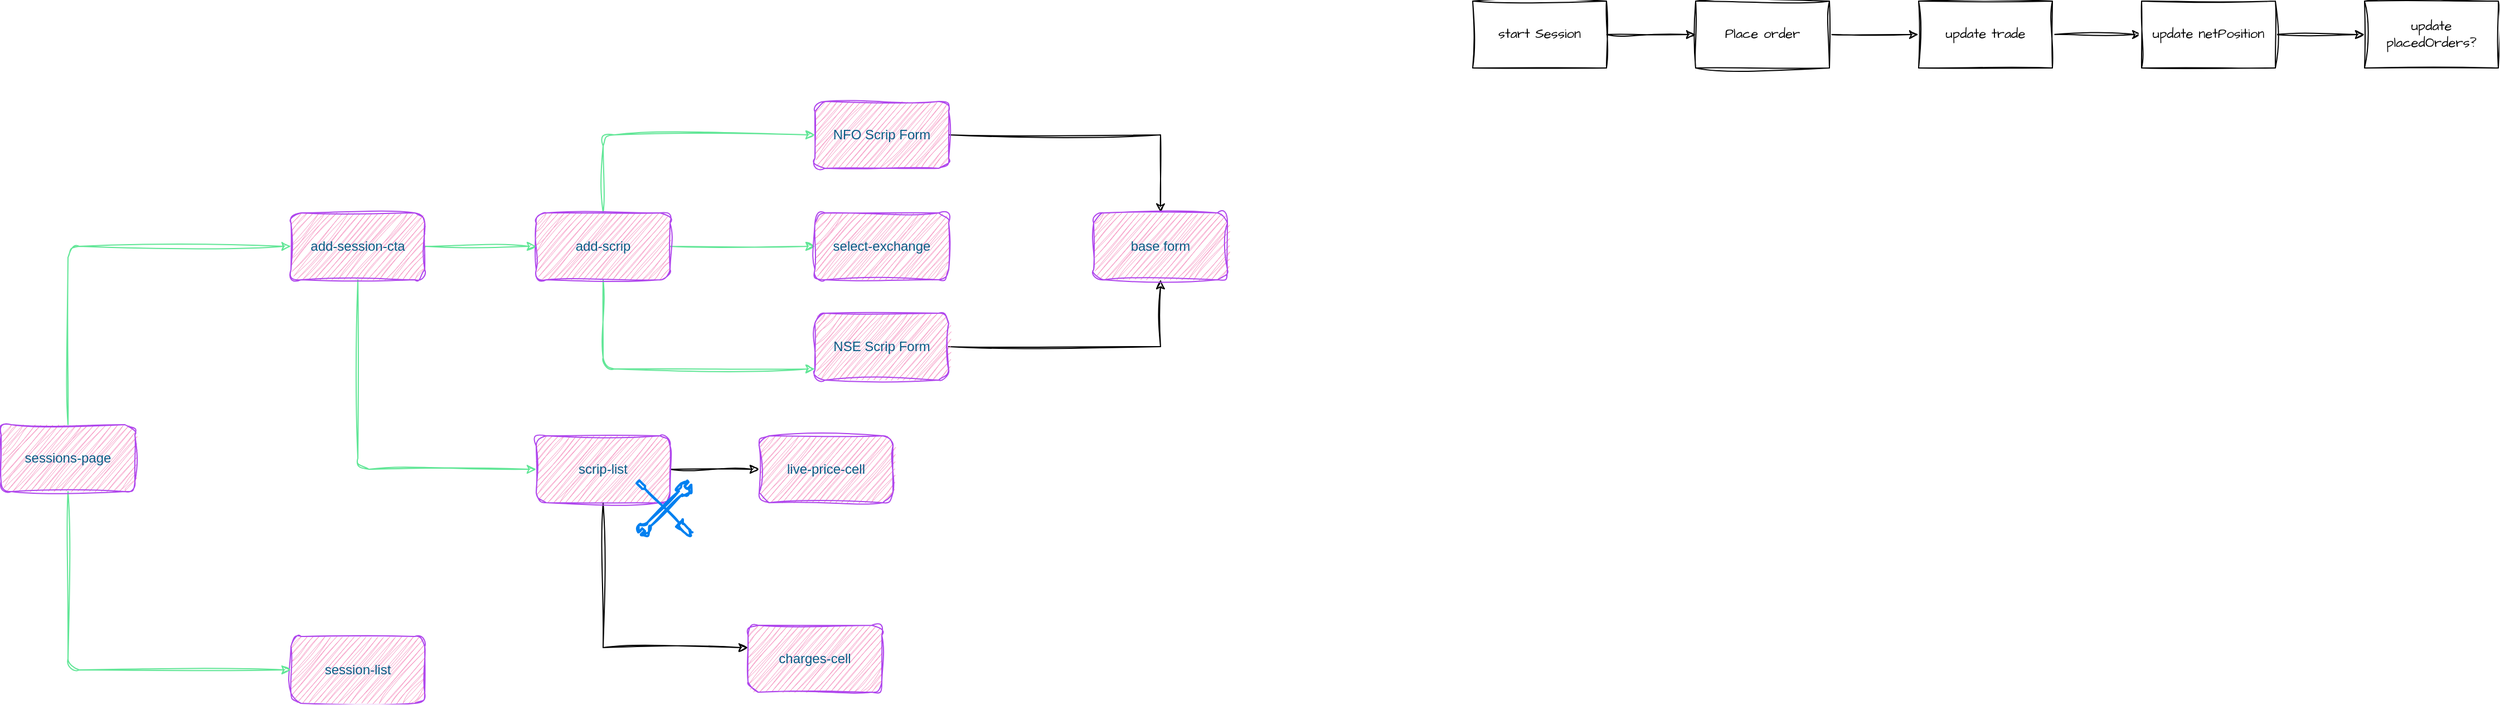
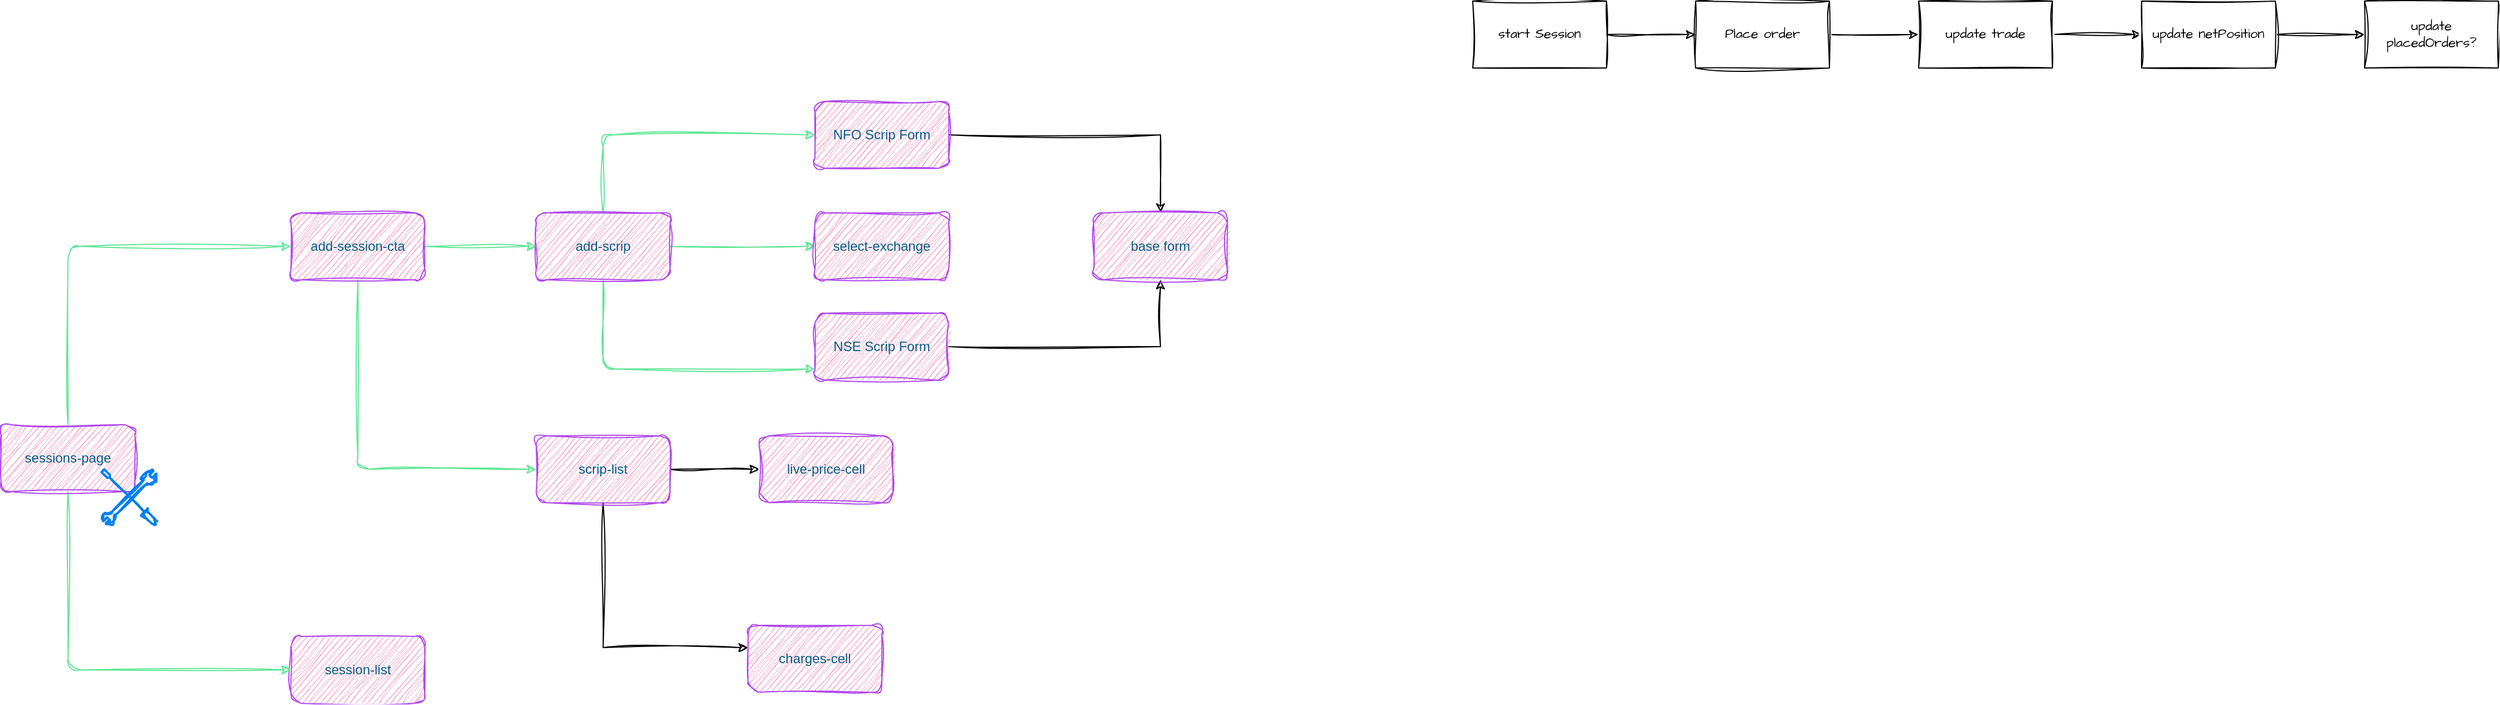
<mxfile host="app.diagrams.net" pages="5">
  <diagram id="wPQbEJP3DVO_ncDqMHqx" name="Sessions Page">
    <mxGraphModel dx="2793" dy="1443" grid="1" gridSize="10" guides="1" tooltips="1" connect="1" arrows="1" fold="1" page="0" pageScale="1" pageWidth="402" pageHeight="874" math="0" shadow="0">
      <root>
        <mxCell id="0" />
        <mxCell id="1" parent="0" />
        <mxCell id="DB1AKVm6qyutKQlFYAWD-6" edge="1" parent="1" source="DB1AKVm6qyutKQlFYAWD-1" style="edgeStyle=orthogonalEdgeStyle;rounded=1;orthogonalLoop=1;jettySize=auto;html=1;sketch=1;curveFitting=1;jiggle=2;labelBackgroundColor=none;strokeColor=#60E696;fontColor=default;" target="DB1AKVm6qyutKQlFYAWD-5" value="">
          <mxGeometry relative="1" as="geometry" />
        </mxCell>
        <mxCell id="DB1AKVm6qyutKQlFYAWD-8" edge="1" parent="1" source="DB1AKVm6qyutKQlFYAWD-1" style="edgeStyle=orthogonalEdgeStyle;rounded=1;orthogonalLoop=1;jettySize=auto;html=1;sketch=1;curveFitting=1;jiggle=2;labelBackgroundColor=none;strokeColor=#60E696;fontColor=default;" target="DB1AKVm6qyutKQlFYAWD-7" value="">
          <mxGeometry relative="1" as="geometry">
            <Array as="points">
              <mxPoint x="120" y="270" />
            </Array>
          </mxGeometry>
        </mxCell>
        <mxCell id="DB1AKVm6qyutKQlFYAWD-10" edge="1" parent="1" source="DB1AKVm6qyutKQlFYAWD-1" style="edgeStyle=orthogonalEdgeStyle;rounded=1;orthogonalLoop=1;jettySize=auto;html=1;sketch=1;curveFitting=1;jiggle=2;labelBackgroundColor=none;strokeColor=#60E696;fontColor=default;" target="DB1AKVm6qyutKQlFYAWD-9" value="">
          <mxGeometry relative="1" as="geometry">
            <Array as="points">
              <mxPoint x="120" y="60" />
            </Array>
          </mxGeometry>
        </mxCell>
        <mxCell id="DB1AKVm6qyutKQlFYAWD-1" parent="1" style="rounded=1;whiteSpace=wrap;html=1;sketch=1;curveFitting=1;jiggle=2;labelBackgroundColor=none;fillColor=#F694C1;strokeColor=#AF45ED;fontColor=#095C86;" value="add-scrip" vertex="1">
          <mxGeometry height="60" width="120" x="60" y="130" as="geometry" />
        </mxCell>
        <mxCell id="DB1AKVm6qyutKQlFYAWD-4" edge="1" parent="1" source="DB1AKVm6qyutKQlFYAWD-3" style="edgeStyle=orthogonalEdgeStyle;rounded=1;orthogonalLoop=1;jettySize=auto;html=1;sketch=1;curveFitting=1;jiggle=2;labelBackgroundColor=none;strokeColor=#60E696;fontColor=default;" target="DB1AKVm6qyutKQlFYAWD-1" value="">
          <mxGeometry relative="1" as="geometry" />
        </mxCell>
        <mxCell id="DB1AKVm6qyutKQlFYAWD-12" edge="1" parent="1" source="DB1AKVm6qyutKQlFYAWD-3" style="edgeStyle=orthogonalEdgeStyle;rounded=1;orthogonalLoop=1;jettySize=auto;html=1;sketch=1;curveFitting=1;jiggle=2;labelBackgroundColor=none;strokeColor=#60E696;fontColor=default;" target="DB1AKVm6qyutKQlFYAWD-11" value="">
          <mxGeometry relative="1" as="geometry">
            <Array as="points">
              <mxPoint x="-100" y="360" />
            </Array>
          </mxGeometry>
        </mxCell>
        <mxCell id="DB1AKVm6qyutKQlFYAWD-3" parent="1" style="rounded=1;whiteSpace=wrap;html=1;sketch=1;curveFitting=1;jiggle=2;labelBackgroundColor=none;fillColor=#F694C1;strokeColor=#AF45ED;fontColor=#095C86;" value="add-session-cta" vertex="1">
          <mxGeometry height="60" width="120" x="-160" y="130" as="geometry" />
        </mxCell>
        <mxCell id="DB1AKVm6qyutKQlFYAWD-5" parent="1" style="whiteSpace=wrap;html=1;rounded=1;sketch=1;curveFitting=1;jiggle=2;labelBackgroundColor=none;fillColor=#F694C1;strokeColor=#AF45ED;fontColor=#095C86;" value="select-exchange" vertex="1">
          <mxGeometry height="60" width="120" x="310" y="130" as="geometry" />
        </mxCell>
        <mxCell id="ouMAoqMrmdJ_XqpmxOQB-3" edge="1" parent="1" source="DB1AKVm6qyutKQlFYAWD-7" style="edgeStyle=orthogonalEdgeStyle;rounded=0;sketch=1;hachureGap=4;jiggle=2;curveFitting=1;orthogonalLoop=1;jettySize=auto;html=1;fontFamily=Architects Daughter;fontSource=https%3A%2F%2Ffonts.googleapis.com%2Fcss%3Ffamily%3DArchitects%2BDaughter;" target="ouMAoqMrmdJ_XqpmxOQB-1">
          <mxGeometry relative="1" as="geometry" />
        </mxCell>
        <mxCell id="DB1AKVm6qyutKQlFYAWD-7" parent="1" style="whiteSpace=wrap;html=1;rounded=1;sketch=1;curveFitting=1;jiggle=2;labelBackgroundColor=none;fillColor=#F694C1;strokeColor=#AF45ED;fontColor=#095C86;" value="NSE Scrip Form" vertex="1">
          <mxGeometry height="60" width="120" x="310" y="220" as="geometry" />
        </mxCell>
        <mxCell id="ouMAoqMrmdJ_XqpmxOQB-2" edge="1" parent="1" source="DB1AKVm6qyutKQlFYAWD-9" style="edgeStyle=orthogonalEdgeStyle;rounded=0;sketch=1;hachureGap=4;jiggle=2;curveFitting=1;orthogonalLoop=1;jettySize=auto;html=1;fontFamily=Architects Daughter;fontSource=https%3A%2F%2Ffonts.googleapis.com%2Fcss%3Ffamily%3DArchitects%2BDaughter;" target="ouMAoqMrmdJ_XqpmxOQB-1" value="">
          <mxGeometry relative="1" as="geometry" />
        </mxCell>
        <mxCell id="DB1AKVm6qyutKQlFYAWD-9" parent="1" style="whiteSpace=wrap;html=1;rounded=1;sketch=1;curveFitting=1;jiggle=2;labelBackgroundColor=none;fillColor=#F694C1;strokeColor=#AF45ED;fontColor=#095C86;" value="NFO Scrip Form" vertex="1">
          <mxGeometry height="60" width="120" x="310" y="30" as="geometry" />
        </mxCell>
        <mxCell id="ouMAoqMrmdJ_XqpmxOQB-15" edge="1" parent="1" source="DB1AKVm6qyutKQlFYAWD-11" style="edgeStyle=orthogonalEdgeStyle;rounded=0;sketch=1;hachureGap=4;jiggle=2;curveFitting=1;orthogonalLoop=1;jettySize=auto;html=1;fontFamily=Architects Daughter;fontSource=https%3A%2F%2Ffonts.googleapis.com%2Fcss%3Ffamily%3DArchitects%2BDaughter;" target="ouMAoqMrmdJ_XqpmxOQB-14" value="">
          <mxGeometry relative="1" as="geometry" />
        </mxCell>
        <mxCell id="ouMAoqMrmdJ_XqpmxOQB-17" edge="1" parent="1" source="DB1AKVm6qyutKQlFYAWD-11" style="edgeStyle=orthogonalEdgeStyle;rounded=0;sketch=1;hachureGap=4;jiggle=2;curveFitting=1;orthogonalLoop=1;jettySize=auto;html=1;fontFamily=Architects Daughter;fontSource=https%3A%2F%2Ffonts.googleapis.com%2Fcss%3Ffamily%3DArchitects%2BDaughter;" target="ouMAoqMrmdJ_XqpmxOQB-16" value="">
          <mxGeometry relative="1" as="geometry">
            <Array as="points">
              <mxPoint x="120" y="520" />
            </Array>
          </mxGeometry>
        </mxCell>
        <mxCell id="DB1AKVm6qyutKQlFYAWD-11" parent="1" style="whiteSpace=wrap;html=1;rounded=1;sketch=1;curveFitting=1;jiggle=2;labelBackgroundColor=none;fillColor=#F694C1;strokeColor=#AF45ED;fontColor=#095C86;" value="scrip-list" vertex="1">
          <mxGeometry height="60" width="120" x="60" y="330" as="geometry" />
        </mxCell>
        <mxCell id="DB1AKVm6qyutKQlFYAWD-13" parent="1" style="rounded=1;whiteSpace=wrap;html=1;sketch=1;curveFitting=1;jiggle=2;labelBackgroundColor=none;fillColor=#F694C1;strokeColor=#AF45ED;fontColor=#095C86;" value="session-list" vertex="1">
          <mxGeometry height="60" width="120" x="-160" y="510" as="geometry" />
        </mxCell>
        <mxCell id="DB1AKVm6qyutKQlFYAWD-15" edge="1" parent="1" source="DB1AKVm6qyutKQlFYAWD-14" style="edgeStyle=orthogonalEdgeStyle;rounded=1;sketch=1;hachureGap=4;jiggle=2;curveFitting=1;orthogonalLoop=1;jettySize=auto;html=1;entryX=0;entryY=0.5;entryDx=0;entryDy=0;strokeColor=#60E696;fontFamily=Architects Daughter;fontSource=https%3A%2F%2Ffonts.googleapis.com%2Fcss%3Ffamily%3DArchitects%2BDaughter;fontColor=#095C86;fillColor=#F694C1;" target="DB1AKVm6qyutKQlFYAWD-3">
          <mxGeometry relative="1" as="geometry">
            <Array as="points">
              <mxPoint x="-360" y="160" />
            </Array>
          </mxGeometry>
        </mxCell>
        <mxCell id="DB1AKVm6qyutKQlFYAWD-18" edge="1" parent="1" source="DB1AKVm6qyutKQlFYAWD-14" style="edgeStyle=orthogonalEdgeStyle;rounded=1;sketch=1;hachureGap=4;jiggle=2;curveFitting=1;orthogonalLoop=1;jettySize=auto;html=1;entryX=0;entryY=0.5;entryDx=0;entryDy=0;strokeColor=#60E696;fontFamily=Architects Daughter;fontSource=https%3A%2F%2Ffonts.googleapis.com%2Fcss%3Ffamily%3DArchitects%2BDaughter;fontColor=#095C86;fillColor=#F694C1;" target="DB1AKVm6qyutKQlFYAWD-13">
          <mxGeometry relative="1" as="geometry">
            <Array as="points">
              <mxPoint x="-360" y="540" />
            </Array>
          </mxGeometry>
        </mxCell>
        <mxCell id="DB1AKVm6qyutKQlFYAWD-14" parent="1" style="rounded=1;whiteSpace=wrap;html=1;sketch=1;curveFitting=1;jiggle=2;labelBackgroundColor=none;fillColor=#F694C1;strokeColor=#AF45ED;fontColor=#095C86;" value="sessions-page" vertex="1">
          <mxGeometry height="60" width="120" x="-420" y="320" as="geometry" />
        </mxCell>
        <mxCell id="ouMAoqMrmdJ_XqpmxOQB-1" parent="1" style="whiteSpace=wrap;html=1;fillColor=#F694C1;strokeColor=#AF45ED;fontColor=#095C86;rounded=1;sketch=1;curveFitting=1;jiggle=2;labelBackgroundColor=none;" value="base form" vertex="1">
          <mxGeometry height="60" width="120" x="560" y="130" as="geometry" />
        </mxCell>
        <mxCell id="ouMAoqMrmdJ_XqpmxOQB-6" edge="1" parent="1" source="ouMAoqMrmdJ_XqpmxOQB-4" style="edgeStyle=orthogonalEdgeStyle;rounded=0;sketch=1;hachureGap=4;jiggle=2;curveFitting=1;orthogonalLoop=1;jettySize=auto;html=1;fontFamily=Architects Daughter;fontSource=https%3A%2F%2Ffonts.googleapis.com%2Fcss%3Ffamily%3DArchitects%2BDaughter;" target="ouMAoqMrmdJ_XqpmxOQB-5" value="">
          <mxGeometry relative="1" as="geometry" />
        </mxCell>
        <mxCell id="ouMAoqMrmdJ_XqpmxOQB-4" parent="1" style="whiteSpace=wrap;html=1;sketch=1;hachureGap=4;jiggle=2;curveFitting=1;fontFamily=Architects Daughter;fontSource=https%3A%2F%2Ffonts.googleapis.com%2Fcss%3Ffamily%3DArchitects%2BDaughter;" value="start Session" vertex="1">
          <mxGeometry height="60" width="120" x="900" y="-60" as="geometry" />
        </mxCell>
        <mxCell id="ouMAoqMrmdJ_XqpmxOQB-8" edge="1" parent="1" source="ouMAoqMrmdJ_XqpmxOQB-5" style="edgeStyle=orthogonalEdgeStyle;rounded=0;sketch=1;hachureGap=4;jiggle=2;curveFitting=1;orthogonalLoop=1;jettySize=auto;html=1;fontFamily=Architects Daughter;fontSource=https%3A%2F%2Ffonts.googleapis.com%2Fcss%3Ffamily%3DArchitects%2BDaughter;" target="ouMAoqMrmdJ_XqpmxOQB-7" value="">
          <mxGeometry relative="1" as="geometry" />
        </mxCell>
        <mxCell id="ouMAoqMrmdJ_XqpmxOQB-5" parent="1" style="whiteSpace=wrap;html=1;fontFamily=Architects Daughter;sketch=1;hachureGap=4;jiggle=2;curveFitting=1;fontSource=https%3A%2F%2Ffonts.googleapis.com%2Fcss%3Ffamily%3DArchitects%2BDaughter;" value="Place order" vertex="1">
          <mxGeometry height="60" width="120" x="1100" y="-60" as="geometry" />
        </mxCell>
        <mxCell id="ouMAoqMrmdJ_XqpmxOQB-10" edge="1" parent="1" source="ouMAoqMrmdJ_XqpmxOQB-7" style="edgeStyle=orthogonalEdgeStyle;rounded=0;sketch=1;hachureGap=4;jiggle=2;curveFitting=1;orthogonalLoop=1;jettySize=auto;html=1;fontFamily=Architects Daughter;fontSource=https%3A%2F%2Ffonts.googleapis.com%2Fcss%3Ffamily%3DArchitects%2BDaughter;" target="ouMAoqMrmdJ_XqpmxOQB-9" value="">
          <mxGeometry relative="1" as="geometry" />
        </mxCell>
        <mxCell id="ouMAoqMrmdJ_XqpmxOQB-7" parent="1" style="whiteSpace=wrap;html=1;fontFamily=Architects Daughter;sketch=1;hachureGap=4;jiggle=2;curveFitting=1;fontSource=https%3A%2F%2Ffonts.googleapis.com%2Fcss%3Ffamily%3DArchitects%2BDaughter;" value="update trade" vertex="1">
          <mxGeometry height="60" width="120" x="1300" y="-60" as="geometry" />
        </mxCell>
        <mxCell id="ouMAoqMrmdJ_XqpmxOQB-12" edge="1" parent="1" source="ouMAoqMrmdJ_XqpmxOQB-9" style="edgeStyle=orthogonalEdgeStyle;rounded=0;sketch=1;hachureGap=4;jiggle=2;curveFitting=1;orthogonalLoop=1;jettySize=auto;html=1;fontFamily=Architects Daughter;fontSource=https%3A%2F%2Ffonts.googleapis.com%2Fcss%3Ffamily%3DArchitects%2BDaughter;" target="ouMAoqMrmdJ_XqpmxOQB-11" value="">
          <mxGeometry relative="1" as="geometry" />
        </mxCell>
        <mxCell id="ouMAoqMrmdJ_XqpmxOQB-9" parent="1" style="whiteSpace=wrap;html=1;fontFamily=Architects Daughter;sketch=1;hachureGap=4;jiggle=2;curveFitting=1;fontSource=https%3A%2F%2Ffonts.googleapis.com%2Fcss%3Ffamily%3DArchitects%2BDaughter;" value="update netPosition" vertex="1">
          <mxGeometry height="60" width="120" x="1500" y="-60" as="geometry" />
        </mxCell>
        <mxCell id="ouMAoqMrmdJ_XqpmxOQB-11" parent="1" style="whiteSpace=wrap;html=1;fontFamily=Architects Daughter;sketch=1;hachureGap=4;jiggle=2;curveFitting=1;fontSource=https%3A%2F%2Ffonts.googleapis.com%2Fcss%3Ffamily%3DArchitects%2BDaughter;" value="update placedOrders?" vertex="1">
          <mxGeometry height="60" width="120" x="1700" y="-60" as="geometry" />
        </mxCell>
        <mxCell id="ouMAoqMrmdJ_XqpmxOQB-13" parent="1" style="html=1;verticalLabelPosition=bottom;align=center;labelBackgroundColor=#ffffff;verticalAlign=top;strokeWidth=2;strokeColor=#0080F0;shadow=0;dashed=0;shape=mxgraph.ios7.icons.tools;pointerEvents=1;sketch=1;hachureGap=4;jiggle=2;curveFitting=1;fontFamily=Architects Daughter;fontSource=https%3A%2F%2Ffonts.googleapis.com%2Fcss%3Ffamily%3DArchitects%2BDaughter;" value="" vertex="1">
-           <mxGeometry height="50" width="50" x="150" y="370" as="geometry" />
+           <mxGeometry height="50" width="50" x="-330" y="360" as="geometry" />
        </mxCell>
        <mxCell id="ouMAoqMrmdJ_XqpmxOQB-14" parent="1" style="whiteSpace=wrap;html=1;fillColor=#F694C1;strokeColor=#AF45ED;fontColor=#095C86;rounded=1;sketch=1;curveFitting=1;jiggle=2;labelBackgroundColor=none;" value="live-price-cell" vertex="1">
          <mxGeometry height="60" width="120" x="260" y="330" as="geometry" />
        </mxCell>
        <mxCell id="ouMAoqMrmdJ_XqpmxOQB-16" parent="1" style="whiteSpace=wrap;html=1;fillColor=#F694C1;strokeColor=#AF45ED;fontColor=#095C86;rounded=1;sketch=1;curveFitting=1;jiggle=2;labelBackgroundColor=none;" value="charges-cell" vertex="1">
          <mxGeometry height="60" width="120" x="250" y="500" as="geometry" />
        </mxCell>
      </root>
    </mxGraphModel>
  </diagram>
  <diagram id="YVkBlKKJ4RNEtawBKbZk" name="Session">
    <mxGraphModel dx="1357" dy="626" grid="1" gridSize="10" guides="1" tooltips="1" connect="1" arrows="1" fold="1" page="0" pageScale="1" pageWidth="402" pageHeight="874" math="0" shadow="0">
      <root>
        <mxCell id="0" />
        <mxCell id="1" parent="0" />
        <mxCell id="b8iQl_XISdQ6rZ6kNcMQ-3" edge="1" parent="1" source="b8iQl_XISdQ6rZ6kNcMQ-1" style="edgeStyle=orthogonalEdgeStyle;rounded=0;orthogonalLoop=1;jettySize=auto;html=1;" target="b8iQl_XISdQ6rZ6kNcMQ-2" value="">
          <mxGeometry relative="1" as="geometry" />
        </mxCell>
        <mxCell id="b8iQl_XISdQ6rZ6kNcMQ-1" parent="1" style="rounded=1;whiteSpace=wrap;html=1;" value="start session" vertex="1">
          <mxGeometry height="60" width="120" x="-200" y="80" as="geometry" />
        </mxCell>
        <mxCell id="b8iQl_XISdQ6rZ6kNcMQ-5" edge="1" parent="1" source="b8iQl_XISdQ6rZ6kNcMQ-2" style="edgeStyle=orthogonalEdgeStyle;rounded=0;orthogonalLoop=1;jettySize=auto;html=1;" target="b8iQl_XISdQ6rZ6kNcMQ-4" value="">
          <mxGeometry relative="1" as="geometry" />
        </mxCell>
        <mxCell id="b8iQl_XISdQ6rZ6kNcMQ-2" parent="1" style="whiteSpace=wrap;html=1;rounded=1;" value="place orders&amp;nbsp;&lt;br&gt;(all or none)" vertex="1">
          <mxGeometry height="60" width="120" y="80" as="geometry" />
        </mxCell>
        <mxCell id="b8iQl_XISdQ6rZ6kNcMQ-7" edge="1" parent="1" source="b8iQl_XISdQ6rZ6kNcMQ-4" style="edgeStyle=orthogonalEdgeStyle;rounded=0;orthogonalLoop=1;jettySize=auto;html=1;" target="b8iQl_XISdQ6rZ6kNcMQ-6" value="">
          <mxGeometry relative="1" as="geometry" />
        </mxCell>
        <mxCell id="b8iQl_XISdQ6rZ6kNcMQ-4" parent="1" style="whiteSpace=wrap;html=1;rounded=1;" value="update margins" vertex="1">
          <mxGeometry height="60" width="120" x="200" y="80" as="geometry" />
        </mxCell>
        <mxCell id="b8iQl_XISdQ6rZ6kNcMQ-6" parent="1" style="whiteSpace=wrap;html=1;rounded=1;" value="create session" vertex="1">
          <mxGeometry height="60" width="120" x="200" y="200" as="geometry" />
        </mxCell>
        <mxCell id="b8iQl_XISdQ6rZ6kNcMQ-8" parent="1" style="rounded=1;whiteSpace=wrap;html=1;fillColor=#fff2cc;strokeColor=#d6b656;" value="firebase" vertex="1">
          <mxGeometry height="40" width="80" x="300" y="190" as="geometry" />
        </mxCell>
        <mxCell id="b8iQl_XISdQ6rZ6kNcMQ-9" parent="1" style="rounded=1;whiteSpace=wrap;html=1;fillColor=#fff2cc;strokeColor=#d6b656;" value="kite" vertex="1">
          <mxGeometry height="40" width="80" x="80" y="50" as="geometry" />
        </mxCell>
        <mxCell id="b8iQl_XISdQ6rZ6kNcMQ-10" parent="1" style="rounded=1;whiteSpace=wrap;html=1;fillColor=#fff2cc;strokeColor=#d6b656;" value="firebase" vertex="1">
          <mxGeometry height="40" width="80" x="290" y="60" as="geometry" />
        </mxCell>
      </root>
    </mxGraphModel>
  </diagram>
  <diagram id="4KjMPYYtLXdBkkJX1B08" name="Auth">
    <mxGraphModel dx="1276" dy="835" grid="0" gridSize="10" guides="1" tooltips="1" connect="1" arrows="1" fold="1" page="0" pageScale="1" pageWidth="402" pageHeight="874" math="0" shadow="0">
      <root>
        <mxCell id="0" />
        <mxCell id="1" parent="0" />
        <mxCell id="pPH6oVQiPgVcm9OUePWL-3" edge="1" parent="1" source="pPH6oVQiPgVcm9OUePWL-1" style="edgeStyle=orthogonalEdgeStyle;rounded=0;orthogonalLoop=1;jettySize=auto;html=1;" target="pPH6oVQiPgVcm9OUePWL-2" value="">
          <mxGeometry relative="1" as="geometry" />
        </mxCell>
        <mxCell id="pPH6oVQiPgVcm9OUePWL-1" parent="1" style="rounded=1;whiteSpace=wrap;html=1;" value="User clicks &quot;Login&quot; Button" vertex="1">
          <mxGeometry height="60" width="120" x="23" y="101" as="geometry" />
        </mxCell>
        <mxCell id="pPH6oVQiPgVcm9OUePWL-5" edge="1" parent="1" source="pPH6oVQiPgVcm9OUePWL-2" style="edgeStyle=orthogonalEdgeStyle;rounded=0;orthogonalLoop=1;jettySize=auto;html=1;" target="pPH6oVQiPgVcm9OUePWL-4" value="">
          <mxGeometry relative="1" as="geometry" />
        </mxCell>
        <mxCell id="pPH6oVQiPgVcm9OUePWL-2" parent="1" style="whiteSpace=wrap;html=1;rounded=1;" value="Open the Login URL" vertex="1">
          <mxGeometry height="60" width="120" x="223" y="101" as="geometry" />
        </mxCell>
        <mxCell id="pPH6oVQiPgVcm9OUePWL-7" edge="1" parent="1" source="pPH6oVQiPgVcm9OUePWL-4" style="edgeStyle=orthogonalEdgeStyle;rounded=0;orthogonalLoop=1;jettySize=auto;html=1;" target="pPH6oVQiPgVcm9OUePWL-6" value="">
          <mxGeometry relative="1" as="geometry" />
        </mxCell>
        <mxCell id="pPH6oVQiPgVcm9OUePWL-4" parent="1" style="whiteSpace=wrap;html=1;rounded=1;" value="User logins to Zerodha" vertex="1">
          <mxGeometry height="60" width="120" x="423" y="101" as="geometry" />
        </mxCell>
        <mxCell id="pPH6oVQiPgVcm9OUePWL-9" edge="1" parent="1" source="pPH6oVQiPgVcm9OUePWL-6" style="edgeStyle=orthogonalEdgeStyle;rounded=0;orthogonalLoop=1;jettySize=auto;html=1;" target="pPH6oVQiPgVcm9OUePWL-8" value="">
          <mxGeometry relative="1" as="geometry" />
        </mxCell>
        <mxCell id="pPH6oVQiPgVcm9OUePWL-6" parent="1" style="whiteSpace=wrap;html=1;rounded=1;" value="Redirected to callback URL with request_token&lt;br&gt;&lt;b&gt;http://localhost:3000/api/auth/kite/callback&lt;/b&gt;" vertex="1">
          <mxGeometry height="60" width="262" x="352" y="244" as="geometry" />
        </mxCell>
        <mxCell id="pPH6oVQiPgVcm9OUePWL-13" edge="1" parent="1" source="pPH6oVQiPgVcm9OUePWL-8" style="edgeStyle=orthogonalEdgeStyle;rounded=0;orthogonalLoop=1;jettySize=auto;html=1;" target="pPH6oVQiPgVcm9OUePWL-12" value="">
          <mxGeometry relative="1" as="geometry" />
        </mxCell>
        <mxCell id="pPH6oVQiPgVcm9OUePWL-8" parent="1" style="whiteSpace=wrap;html=1;rounded=1;" value="In loader for this route, generate the session" vertex="1">
          <mxGeometry height="60" width="120" x="17" y="244" as="geometry" />
        </mxCell>
        <mxCell id="pPH6oVQiPgVcm9OUePWL-15" edge="1" parent="1" source="pPH6oVQiPgVcm9OUePWL-12" style="edgeStyle=orthogonalEdgeStyle;rounded=0;orthogonalLoop=1;jettySize=auto;html=1;" target="pPH6oVQiPgVcm9OUePWL-14" value="">
          <mxGeometry relative="1" as="geometry" />
        </mxCell>
        <mxCell id="pPH6oVQiPgVcm9OUePWL-12" parent="1" style="whiteSpace=wrap;html=1;rounded=1;" value="Serialize and save the access token in cookie" vertex="1">
          <mxGeometry height="60" width="120" x="17" y="384" as="geometry" />
        </mxCell>
        <mxCell id="pPH6oVQiPgVcm9OUePWL-17" edge="1" parent="1" source="pPH6oVQiPgVcm9OUePWL-14" style="edgeStyle=orthogonalEdgeStyle;rounded=0;orthogonalLoop=1;jettySize=auto;html=1;" target="pPH6oVQiPgVcm9OUePWL-16" value="">
          <mxGeometry relative="1" as="geometry" />
        </mxCell>
        <mxCell id="pPH6oVQiPgVcm9OUePWL-14" parent="1" style="whiteSpace=wrap;html=1;rounded=1;" value="redirect to /dashboard" vertex="1">
          <mxGeometry height="60" width="120" x="217" y="384" as="geometry" />
        </mxCell>
        <mxCell id="pPH6oVQiPgVcm9OUePWL-19" edge="1" parent="1" source="pPH6oVQiPgVcm9OUePWL-16" style="edgeStyle=orthogonalEdgeStyle;rounded=0;orthogonalLoop=1;jettySize=auto;html=1;" target="pPH6oVQiPgVcm9OUePWL-18" value="">
          <mxGeometry relative="1" as="geometry" />
        </mxCell>
        <mxCell id="pPH6oVQiPgVcm9OUePWL-16" parent="1" style="whiteSpace=wrap;html=1;rounded=1;" value="in dashboard loader, get the access token from the cookie and send it to client" vertex="1">
          <mxGeometry height="60" width="120" x="417" y="384" as="geometry" />
        </mxCell>
        <mxCell id="pPH6oVQiPgVcm9OUePWL-21" edge="1" parent="1" source="pPH6oVQiPgVcm9OUePWL-18" style="edgeStyle=orthogonalEdgeStyle;rounded=0;orthogonalLoop=1;jettySize=auto;html=1;" target="pPH6oVQiPgVcm9OUePWL-20" value="">
          <mxGeometry relative="1" as="geometry" />
        </mxCell>
        <mxCell id="pPH6oVQiPgVcm9OUePWL-18" parent="1" style="whiteSpace=wrap;html=1;rounded=1;" value="front-end creates the kc client with api_key and access_token.&amp;nbsp;&amp;nbsp;" vertex="1">
          <mxGeometry height="60" width="120" x="617" y="384" as="geometry" />
        </mxCell>
        <mxCell id="pPH6oVQiPgVcm9OUePWL-20" parent="1" style="whiteSpace=wrap;html=1;rounded=1;" value="use kc client for calling Kite APIs" vertex="1">
          <mxGeometry height="60" width="120" x="617" y="524" as="geometry" />
        </mxCell>
      </root>
    </mxGraphModel>
  </diagram>
  <diagram name="UI/UX" id="5MV4RERJIjpIYta4IkZD">
    <mxGraphModel dx="3134" dy="2189" grid="0" gridSize="10" guides="1" tooltips="1" connect="1" arrows="1" fold="1" page="0" pageScale="1" pageWidth="402" pageHeight="874" background="#ffffff" math="0" shadow="0">
      <root>
        <mxCell id="0" />
        <mxCell id="1" parent="0" />
        <mxCell id="ExlUUjPYo0Ii6ma58Pc_-14" parent="1" style="rounded=1;whiteSpace=wrap;html=1;" value="" vertex="1">
          <mxGeometry height="321" width="1097" x="-296" y="-20" as="geometry" />
        </mxCell>
        <mxCell id="ExlUUjPYo0Ii6ma58Pc_-13" parent="1" style="rounded=1;whiteSpace=wrap;html=1;" value="" vertex="1">
          <mxGeometry height="321" width="1097" x="-287" y="732" as="geometry" />
        </mxCell>
        <mxCell id="iMmVTYed4h1aN_pzg3ix-1" parent="1" style="text;html=1;whiteSpace=wrap;strokeColor=none;fillColor=none;align=center;verticalAlign=middle;rounded=0;fontStyle=1;fontSize=48;fontColor=light-dark(#7a7978, #ededed);" value="Net Qty." vertex="1">
          <mxGeometry height="59" width="60" x="-120" y="72" as="geometry" />
        </mxCell>
        <mxCell id="iMmVTYed4h1aN_pzg3ix-2" parent="1" style="text;html=1;whiteSpace=wrap;strokeColor=none;fillColor=none;align=center;verticalAlign=middle;rounded=0;fontStyle=1;fontSize=48;fontColor=light-dark(#7a7978, #ededed);" value="AVG. PRICE" vertex="1">
          <mxGeometry height="59" width="60" x="149" y="61" as="geometry" />
        </mxCell>
        <mxCell id="iMmVTYed4h1aN_pzg3ix-3" parent="1" style="text;html=1;whiteSpace=wrap;strokeColor=none;fillColor=none;align=center;verticalAlign=middle;rounded=0;fontStyle=1;fontSize=48;fontColor=light-dark(#7a7978, #ededed);" value="LTP" vertex="1">
          <mxGeometry height="59" width="60" x="418" y="61" as="geometry" />
        </mxCell>
        <mxCell id="iMmVTYed4h1aN_pzg3ix-4" parent="1" style="text;html=1;whiteSpace=wrap;strokeColor=none;fillColor=none;align=center;verticalAlign=middle;rounded=0;fontStyle=1;fontSize=48;fontColor=light-dark(#7a7978, #ededed);" value="PnL" vertex="1">
          <mxGeometry height="59" width="60" x="687" y="61" as="geometry" />
        </mxCell>
        <mxCell id="iMmVTYed4h1aN_pzg3ix-5" parent="1" style="text;html=1;whiteSpace=wrap;strokeColor=none;fillColor=none;align=center;verticalAlign=middle;rounded=0;fontSize=36;fontStyle=1" value="100" vertex="1">
          <mxGeometry height="30" width="60" x="-120" y="211" as="geometry" />
        </mxCell>
        <mxCell id="iMmVTYed4h1aN_pzg3ix-6" parent="1" style="text;html=1;whiteSpace=wrap;strokeColor=none;fillColor=none;align=center;verticalAlign=middle;rounded=0;fontSize=36;fontStyle=1" value="36.40" vertex="1">
          <mxGeometry height="30" width="60" x="149" y="211" as="geometry" />
        </mxCell>
        <mxCell id="iMmVTYed4h1aN_pzg3ix-7" parent="1" style="text;html=1;whiteSpace=wrap;strokeColor=none;fillColor=none;align=center;verticalAlign=middle;rounded=0;fontSize=36;fontStyle=1" value="37.45" vertex="1">
          <mxGeometry height="30" width="60" x="418" y="211" as="geometry" />
        </mxCell>
        <mxCell id="iMmVTYed4h1aN_pzg3ix-8" parent="1" style="text;html=1;whiteSpace=wrap;strokeColor=none;fillColor=none;align=center;verticalAlign=middle;rounded=0;fontSize=36;fontStyle=1" value="100" vertex="1">
          <mxGeometry height="30" width="60" x="687" y="211" as="geometry" />
        </mxCell>
        <mxCell id="7si3vGMUa6yKKs87A3T9-2" edge="1" parent="1" source="7si3vGMUa6yKKs87A3T9-1" style="edgeStyle=orthogonalEdgeStyle;rounded=0;orthogonalLoop=1;jettySize=auto;html=1;exitX=0.5;exitY=0;exitDx=0;exitDy=0;entryX=0;entryY=0.5;entryDx=0;entryDy=0;" target="iMmVTYed4h1aN_pzg3ix-5">
          <mxGeometry relative="1" as="geometry">
            <Array as="points">
              <mxPoint x="-283" y="227" />
              <mxPoint x="-139" y="227" />
            </Array>
            <mxPoint x="-139.09090909090924" y="259.27272727272725" as="targetPoint" />
          </mxGeometry>
        </mxCell>
        <mxCell id="7si3vGMUa6yKKs87A3T9-1" parent="1" style="text;html=1;whiteSpace=wrap;strokeColor=none;fillColor=none;align=center;verticalAlign=middle;rounded=0;fontStyle=1" value="Red color if negative, blue color if positive" vertex="1">
          <mxGeometry height="70" width="129" x="-347" y="453" as="geometry" />
        </mxCell>
        <mxCell id="7si3vGMUa6yKKs87A3T9-4" edge="1" parent="1" source="7si3vGMUa6yKKs87A3T9-3" style="edgeStyle=orthogonalEdgeStyle;rounded=0;orthogonalLoop=1;jettySize=auto;html=1;entryX=0.5;entryY=1;entryDx=0;entryDy=0;" target="iMmVTYed4h1aN_pzg3ix-8">
          <mxGeometry relative="1" as="geometry" />
        </mxCell>
        <mxCell id="7si3vGMUa6yKKs87A3T9-3" parent="1" style="text;html=1;whiteSpace=wrap;strokeColor=none;fillColor=none;align=center;verticalAlign=middle;rounded=0;fontStyle=1" value="Red color if negative, blue color if positive" vertex="1">
          <mxGeometry height="70" width="129" x="681" y="398" as="geometry" />
        </mxCell>
        <mxCell id="7si3vGMUa6yKKs87A3T9-5" parent="1" style="text;html=1;whiteSpace=wrap;strokeColor=none;fillColor=none;align=center;verticalAlign=middle;rounded=0;" value="Will receive the following props:&lt;br&gt;netQuantity: number;&lt;br&gt;&lt;div&gt;averagePrice: number&lt;/div&gt;&lt;div&gt;ltp: number;&lt;/div&gt;" vertex="1">
          <mxGeometry height="101" width="203" x="-25" y="355" as="geometry" />
        </mxCell>
        <mxCell id="7si3vGMUa6yKKs87A3T9-6" parent="1" style="text;html=1;whiteSpace=wrap;strokeColor=none;fillColor=none;align=center;verticalAlign=middle;rounded=0;" value="PnL needs to be calculated by the component" vertex="1">
          <mxGeometry height="101" width="203" x="-21" y="482" as="geometry" />
        </mxCell>
        <mxCell id="7si3vGMUa6yKKs87A3T9-7" parent="1" style="text;html=1;whiteSpace=wrap;strokeColor=none;fillColor=none;align=center;verticalAlign=middle;rounded=0;fontStyle=1;fontSize=48;fontColor=light-dark(#7a7978, #ededed);" value="Net Qty." vertex="1">
          <mxGeometry height="59" width="60" x="-186" y="816" as="geometry" />
        </mxCell>
        <mxCell id="7si3vGMUa6yKKs87A3T9-8" parent="1" style="text;html=1;whiteSpace=wrap;strokeColor=none;fillColor=none;align=center;verticalAlign=middle;rounded=0;fontStyle=1;fontSize=48;fontColor=light-dark(#7a7978, #ededed);" value="AVG. PRICE" vertex="1">
          <mxGeometry height="59" width="60" x="83" y="805" as="geometry" />
        </mxCell>
        <mxCell id="7si3vGMUa6yKKs87A3T9-9" parent="1" style="text;html=1;whiteSpace=wrap;strokeColor=none;fillColor=none;align=center;verticalAlign=middle;rounded=0;fontStyle=1;fontSize=48;fontColor=light-dark(#7a7978, #ededed);" value="LTP" vertex="1">
          <mxGeometry height="59" width="60" x="352" y="805" as="geometry" />
        </mxCell>
        <mxCell id="7si3vGMUa6yKKs87A3T9-10" parent="1" style="text;html=1;whiteSpace=wrap;strokeColor=none;fillColor=none;align=center;verticalAlign=middle;rounded=0;fontStyle=1;fontSize=48;fontColor=light-dark(#7a7978, #ededed);" value="PnL" vertex="1">
          <mxGeometry height="59" width="60" x="621" y="805" as="geometry" />
        </mxCell>
        <mxCell id="7si3vGMUa6yKKs87A3T9-11" parent="1" style="text;html=1;whiteSpace=wrap;strokeColor=none;fillColor=none;align=center;verticalAlign=middle;rounded=0;fontSize=18;fontStyle=1" value="{props.netQuantity}" vertex="1">
          <mxGeometry height="30" width="60" x="-186" y="955" as="geometry" />
        </mxCell>
        <mxCell id="7si3vGMUa6yKKs87A3T9-12" parent="1" style="text;html=1;whiteSpace=wrap;strokeColor=none;fillColor=none;align=center;verticalAlign=middle;rounded=0;fontSize=18;fontStyle=1" value="&lt;div&gt;{props.averagePrice}&lt;/div&gt;" vertex="1">
          <mxGeometry height="30" width="60" x="83" y="955" as="geometry" />
        </mxCell>
        <mxCell id="7si3vGMUa6yKKs87A3T9-13" parent="1" style="text;html=1;whiteSpace=wrap;strokeColor=none;fillColor=none;align=center;verticalAlign=middle;rounded=0;fontSize=18;fontStyle=1" value="{props.ltp}" vertex="1">
          <mxGeometry height="30" width="60" x="352" y="955" as="geometry" />
        </mxCell>
        <mxCell id="7si3vGMUa6yKKs87A3T9-14" parent="1" style="text;html=1;whiteSpace=wrap;strokeColor=none;fillColor=none;align=center;verticalAlign=middle;rounded=0;fontSize=18;fontStyle=1" value="{pnl}" vertex="1">
          <mxGeometry height="30" width="60" x="621" y="955" as="geometry" />
        </mxCell>
        <mxCell id="ExlUUjPYo0Ii6ma58Pc_-1" parent="1" style="rounded=1;whiteSpace=wrap;html=1;" value="" vertex="1">
          <mxGeometry height="321" width="1253" x="-202" y="1234" as="geometry" />
        </mxCell>
        <mxCell id="ExlUUjPYo0Ii6ma58Pc_-2" parent="1" style="text;html=1;whiteSpace=wrap;strokeColor=none;fillColor=none;align=center;verticalAlign=middle;rounded=0;fontStyle=1;fontSize=48;fontColor=light-dark(#7a7978, #ededed);" value="Total Margin" vertex="1">
          <mxGeometry height="59" width="168" x="-154" y="1292" as="geometry" />
        </mxCell>
        <mxCell id="ExlUUjPYo0Ii6ma58Pc_-3" parent="1" style="text;html=1;whiteSpace=wrap;strokeColor=none;fillColor=none;align=center;verticalAlign=middle;rounded=0;fontStyle=1;fontSize=48;fontColor=light-dark(#7a7978, #ededed);" value="Utilized Margin" vertex="1">
          <mxGeometry height="59" width="168" x="330" y="1295" as="geometry" />
        </mxCell>
        <mxCell id="ExlUUjPYo0Ii6ma58Pc_-4" parent="1" style="text;html=1;whiteSpace=wrap;strokeColor=none;fillColor=none;align=center;verticalAlign=middle;rounded=0;fontStyle=1;fontSize=48;fontColor=light-dark(#7a7978, #ededed);" value="Net Margin" vertex="1">
          <mxGeometry height="59" width="168" x="813" y="1289" as="geometry" />
        </mxCell>
        <mxCell id="ExlUUjPYo0Ii6ma58Pc_-5" parent="1" style="text;html=1;whiteSpace=wrap;strokeColor=none;fillColor=none;align=center;verticalAlign=middle;rounded=0;fontSize=42;" value="₹2000" vertex="1">
          <mxGeometry height="30" width="60" x="-100" y="1412" as="geometry" />
        </mxCell>
        <mxCell id="ExlUUjPYo0Ii6ma58Pc_-7" parent="1" style="text;html=1;whiteSpace=wrap;strokeColor=none;fillColor=none;align=center;verticalAlign=middle;rounded=0;fontSize=42;" value="₹200" vertex="1">
          <mxGeometry height="30" width="60" x="384" y="1412" as="geometry" />
        </mxCell>
        <mxCell id="ExlUUjPYo0Ii6ma58Pc_-8" parent="1" style="text;html=1;whiteSpace=wrap;strokeColor=none;fillColor=none;align=center;verticalAlign=middle;rounded=0;fontSize=42;" value="₹1800" vertex="1">
          <mxGeometry height="30" width="60" x="867" y="1412" as="geometry" />
        </mxCell>
        <mxCell id="ExlUUjPYo0Ii6ma58Pc_-9" parent="1" style="html=1;shadow=0;dashed=0;shape=mxgraph.bootstrap.rrect;rSize=5;fillColor=#E9ECEF;strokeColor=none;" value="" vertex="1">
          <mxGeometry height="20" width="800" x="24.5" y="1507" as="geometry" />
        </mxCell>
        <mxCell id="ExlUUjPYo0Ii6ma58Pc_-10" parent="ExlUUjPYo0Ii6ma58Pc_-9" style="html=1;shadow=0;dashed=0;shape=mxgraph.bootstrap.leftButton;rSize=5;fillColor=#1CA5B8;strokeColor=none;resizeHeight=1;" value="" vertex="1">
          <mxGeometry height="20" relative="1" width="250" as="geometry" />
        </mxCell>
        <mxCell id="ExlUUjPYo0Ii6ma58Pc_-11" parent="1" style="text;html=1;whiteSpace=wrap;strokeColor=none;fillColor=none;align=center;verticalAlign=middle;rounded=0;fontSize=24;" value="The max value on the progress bar is the total margin and the filled in part is the utilized margin" vertex="1">
          <mxGeometry height="92" width="269" x="175" y="1620" as="geometry" />
        </mxCell>
        <mxCell id="ExlUUjPYo0Ii6ma58Pc_-12" edge="1" parent="1" source="ExlUUjPYo0Ii6ma58Pc_-11" style="edgeStyle=orthogonalEdgeStyle;rounded=0;orthogonalLoop=1;jettySize=auto;html=1;exitX=0.5;exitY=0;exitDx=0;exitDy=0;entryX=0.412;entryY=0.999;entryDx=0;entryDy=0;entryPerimeter=0;" target="ExlUUjPYo0Ii6ma58Pc_-1">
          <mxGeometry relative="1" as="geometry" />
        </mxCell>
      </root>
    </mxGraphModel>
  </diagram>
  <diagram id="dmkDPsUycKQvBsQ4H3Di" name="Kite-Fly-Ticker-Architecture">
    <mxGraphModel dx="1357" dy="626" grid="0" gridSize="10" guides="1" tooltips="1" connect="1" arrows="1" fold="1" page="0" pageScale="1" pageWidth="402" pageHeight="874" math="0" shadow="0">
      <root>
        <mxCell id="0" />
        <mxCell id="1" parent="0" />
        <mxCell id="FDZGNOtkY16CQce4NqAR-3" edge="1" parent="1" source="FDZGNOtkY16CQce4NqAR-1" style="edgeStyle=orthogonalEdgeStyle;rounded=0;orthogonalLoop=1;jettySize=auto;html=1;" target="FDZGNOtkY16CQce4NqAR-2" value="">
          <mxGeometry relative="1" as="geometry" />
        </mxCell>
        <mxCell id="FDZGNOtkY16CQce4NqAR-1" parent="1" style="rounded=1;whiteSpace=wrap;html=1;" value="Client posts a request - for example:&lt;br&gt;&lt;div&gt;&lt;br&gt;&lt;/div&gt;&lt;br&gt;&lt;div&gt;fetch(&quot;http://localhost:3000/api/ltp&quot;, () =&amp;gt; {&lt;/div&gt;&lt;div&gt;method: &quot;POST&quot;,&lt;/div&gt;&lt;div&gt;body: JSON.stringify({&lt;/div&gt;&lt;div&gt;instrument: &quot;WIPRO&quot;,&lt;br&gt;ltp: 128.10&lt;/div&gt;&lt;div&gt;})&lt;/div&gt;&lt;div&gt;})&lt;br&gt;&lt;br&gt;The call is made from another site - for ex. https://kite.zerodha.com&lt;/div&gt;" vertex="1">
          <mxGeometry height="236" width="345" x="-33" y="45" as="geometry" />
        </mxCell>
        <mxCell id="FDZGNOtkY16CQce4NqAR-5" edge="1" parent="1" source="FDZGNOtkY16CQce4NqAR-2" style="edgeStyle=orthogonalEdgeStyle;rounded=0;orthogonalLoop=1;jettySize=auto;html=1;" target="FDZGNOtkY16CQce4NqAR-4" value="">
          <mxGeometry relative="1" as="geometry" />
        </mxCell>
        <mxCell id="FDZGNOtkY16CQce4NqAR-2" parent="1" style="whiteSpace=wrap;html=1;rounded=1;" value="SERVER" vertex="1">
          <mxGeometry height="60" width="120" x="504.5" y="98.5" as="geometry" />
        </mxCell>
        <mxCell id="FDZGNOtkY16CQce4NqAR-8" edge="1" parent="1" source="FDZGNOtkY16CQce4NqAR-4" style="edgeStyle=orthogonalEdgeStyle;rounded=0;orthogonalLoop=1;jettySize=auto;html=1;exitX=0.75;exitY=1;exitDx=0;exitDy=0;entryX=1;entryY=0.75;entryDx=0;entryDy=0;" target="FDZGNOtkY16CQce4NqAR-6">
          <mxGeometry relative="1" as="geometry" />
        </mxCell>
        <mxCell id="FDZGNOtkY16CQce4NqAR-4" parent="1" style="whiteSpace=wrap;html=1;rounded=1;" value="Websocket" vertex="1">
          <mxGeometry height="60" width="120" x="504.5" y="265" as="geometry" />
        </mxCell>
        <mxCell id="FDZGNOtkY16CQce4NqAR-7" edge="1" parent="1" source="FDZGNOtkY16CQce4NqAR-6" style="edgeStyle=orthogonalEdgeStyle;rounded=0;orthogonalLoop=1;jettySize=auto;html=1;entryX=0.5;entryY=1;entryDx=0;entryDy=0;" target="FDZGNOtkY16CQce4NqAR-4">
          <mxGeometry relative="1" as="geometry" />
        </mxCell>
        <mxCell id="FDZGNOtkY16CQce4NqAR-6" parent="1" style="rounded=1;whiteSpace=wrap;html=1;" value="On another client,&lt;div&gt;new Websocket()&lt;/div&gt;// receive the data which is sent from /api/ltp" vertex="1">
          <mxGeometry height="167" width="345" x="1" y="392" as="geometry" />
        </mxCell>
      </root>
    </mxGraphModel>
  </diagram>
</mxfile>
